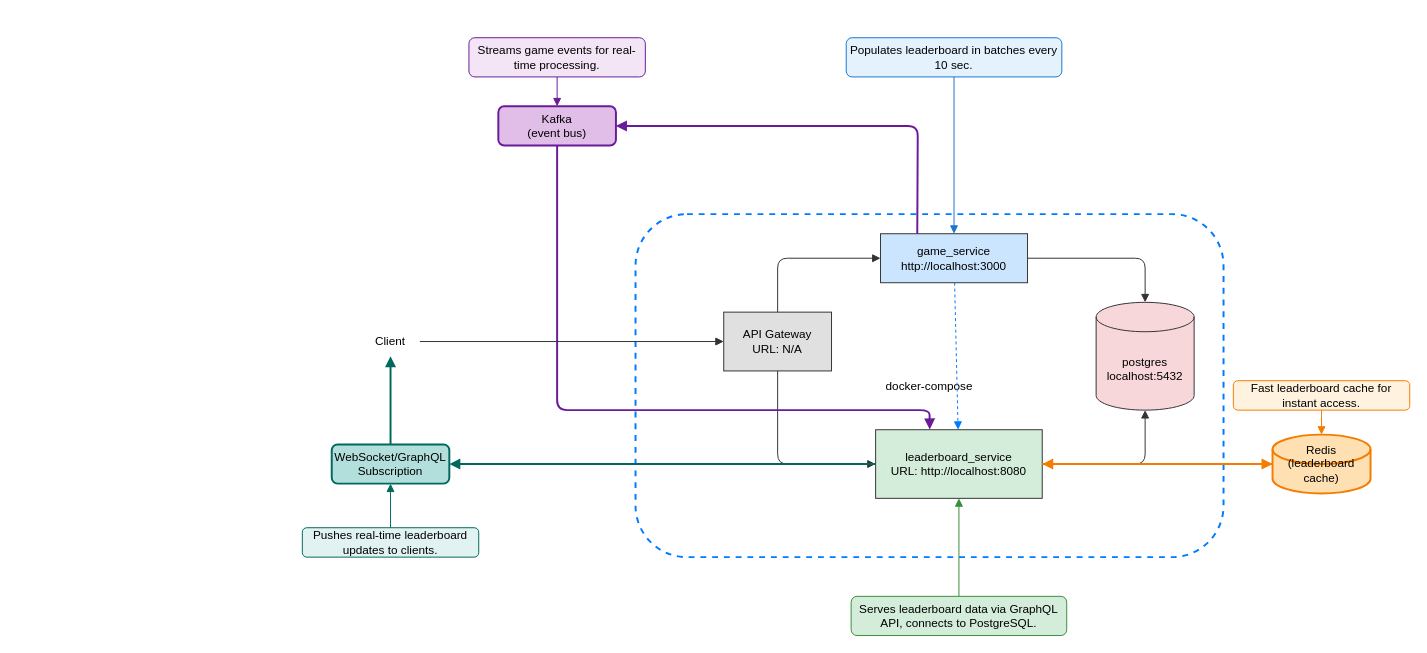
Above: pipeline_updated.drawio in bishnutimalsina1/realtime_leaderboard (draw.io), before the change. Source tidied: cells renumbered, new cells numbered last; positions are measured from the earlier drawing's top-left corner, leaving out a move shared by most shapes. Both pictures are drawn from the tidied source at 98%, with x=0, y=0 at pixel (302, 37).
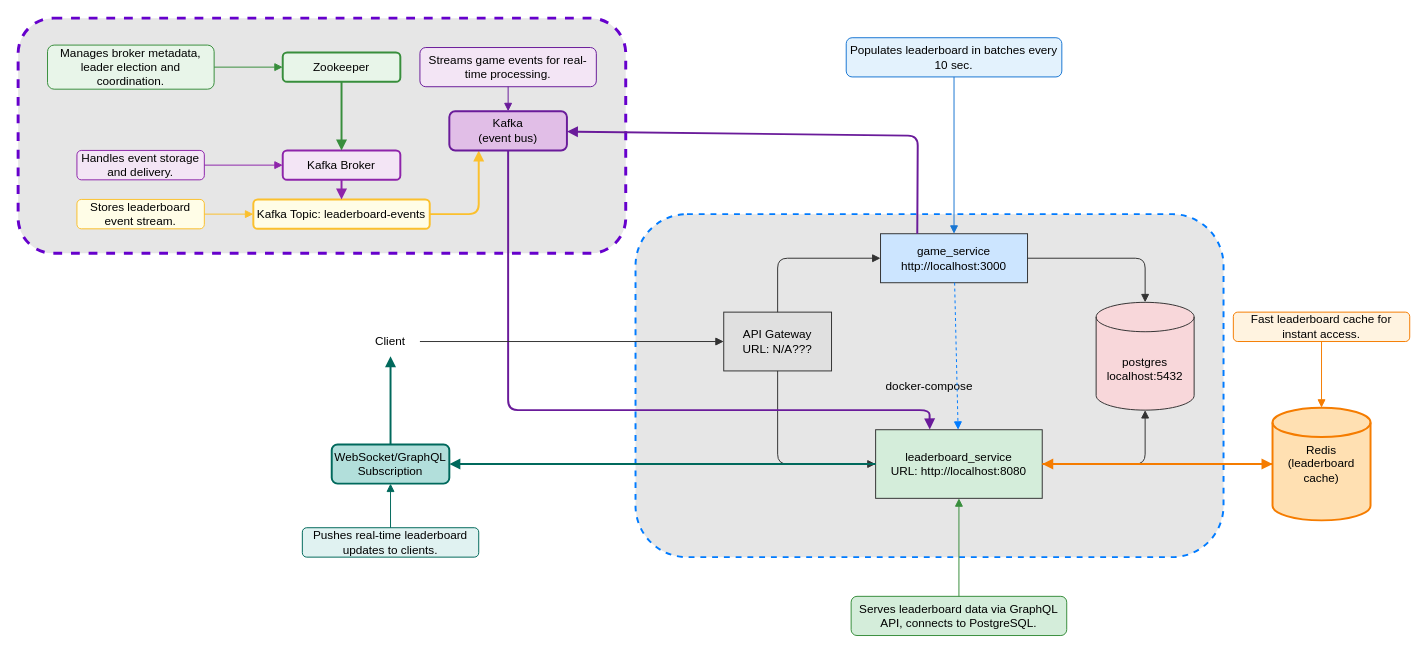
Above is the later version.

Unchanged cells that the change refers to:
```xml
<mxCell id="4" value="game_service&lt;br&gt;http://localhost:3000" style="rounded=0;whiteSpace=wrap;html=1;fillColor=#cce5ff;strokeColor=#333333;" parent="2" vertex="1">
  <mxGeometry x="250" y="20" width="150" height="50" as="geometry" />
</mxCell>
<mxCell id="5" value="leaderboard_service&lt;br&gt;URL: http://localhost:8080" style="rounded=0;whiteSpace=wrap;html=1;fillColor=#d4edda;strokeColor=#333333;" parent="2" vertex="1">
  <mxGeometry x="245" y="220" width="170" height="70" as="geometry" />
</mxCell>
```

The edit, as a diff of the source:
```diff
@@
+    <mxCell id="33" style="rounded=1;whiteSpace=wrap;html=1;fillColor=#E6E6E6;dashed=1;strokeColor=#6600CC;strokeWidth=3;" parent="1" vertex="1">
+      <mxGeometry x="-290" y="-20" width="620" height="240" as="geometry" />
+    </mxCell>
+    <mxCell id="34" value="Zookeeper" style="rounded=1;whiteSpace=wrap;html=1;fillColor=#e8f5e9;strokeColor=#388e3c;strokeWidth=2;" parent="1" vertex="1">
+      <mxGeometry x="-20" y="15" width="120" height="30" as="geometry" />
+    </mxCell>
+    <mxCell id="35" value="Kafka Broker" style="rounded=1;whiteSpace=wrap;html=1;fillColor=#f3e5f5;strokeColor=#8e24aa;strokeWidth=2;" parent="1" vertex="1">
+      <mxGeometry x="-20" y="115" width="120" height="30" as="geometry" />
+    </mxCell>
+    <mxCell id="36" value="Kafka Topic: leaderboard-events" style="rounded=1;whiteSpace=wrap;html=1;fillColor=#fffde7;strokeColor=#fbc02d;strokeWidth=2;" parent="1" vertex="1">
+      <mxGeometry x="-50" y="165" width="180" height="30" as="geometry" />
+    </mxCell>
+    <mxCell id="37" style="edgeStyle=none;html=1;endArrow=block;strokeColor=#388e3c;strokeWidth=2;exitX=0.5;exitY=1;exitDx=0;exitDy=0;entryX=0.5;entryY=0;entryDx=0;entryDy=0;" parent="1" edge="1" source="34" target="35">
+      <mxGeometry relative="1" as="geometry" />
+    </mxCell>
+    <mxCell id="38" style="edgeStyle=none;html=1;endArrow=block;strokeColor=#8e24aa;strokeWidth=2;" parent="1" edge="1" source="35" target="36">
+      <mxGeometry relative="1" as="geometry" />
+    </mxCell>
+    <mxCell id="39" style="edgeStyle=none;html=1;endArrow=block;strokeColor=#fbc02d;strokeWidth=2;exitX=1;exitY=0.5;exitDx=0;exitDy=0;entryX=0.25;entryY=1;entryDx=0;entryDy=0;" parent="1" edge="1" source="36" target="12">
+      <mxGeometry relative="1" as="geometry">
+        <Array as="points">
+          <mxPoint x="180" y="180" />
+        </Array>
+      </mxGeometry>
+    </mxCell>
+    <mxCell id="40" value="Manages broker metadata, leader election and coordination." style="rounded=1;whiteSpace=wrap;html=1;fillColor=#e8f5e9;strokeColor=#388e3c;" parent="1" vertex="1">
+      <mxGeometry x="-260" y="7.5" width="170" height="45" as="geometry" />
+    </mxCell>
+    <mxCell id="41" style="edgeStyle=none;html=1;endArrow=block;strokeColor=#388e3c;entryX=0;entryY=0.5;entryDx=0;entryDy=0;exitX=1;exitY=0.5;exitDx=0;exitDy=0;" parent="1" edge="1" source="40" target="34">
+      <mxGeometry relative="1" as="geometry" />
+    </mxCell>
+    <mxCell id="42" value="Handles event storage and delivery." style="rounded=1;whiteSpace=wrap;html=1;fillColor=#f3e5f5;strokeColor=#8e24aa;" parent="1" vertex="1">
+      <mxGeometry x="-230" y="115" width="130" height="30" as="geometry" />
+    </mxCell>
+    <mxCell id="43" style="edgeStyle=none;html=1;endArrow=block;strokeColor=#8e24aa;" parent="1" edge="1" source="42" target="35">
+      <mxGeometry relative="1" as="geometry" />
+    </mxCell>
+    <mxCell id="44" value="Stores leaderboard event stream." style="rounded=1;whiteSpace=wrap;html=1;fillColor=#fffde7;strokeColor=#fbc02d;" parent="1" vertex="1">
+      <mxGeometry x="-230" y="165" width="130" height="30" as="geometry" />
+    </mxCell>
+    <mxCell id="45" style="edgeStyle=none;html=1;endArrow=block;strokeColor=#fbc02d;" parent="1" edge="1" source="44" target="36">
+      <mxGeometry relative="1" as="geometry" />
+    </mxCell>
-    <mxCell id="2" value="docker-compose" style="rounded=1;strokeColor=#007bff;strokeWidth=2;dashed=1;fillColor=none;" parent="1" vertex="1">
+    <mxCell id="2" value="docker-compose" style="rounded=1;strokeColor=#007bff;strokeWidth=2;dashed=1;fillColor=#E6E6E6;" parent="1" vertex="1">
       <mxGeometry x="340" y="180" width="600" height="350" as="geometry" />
     </mxCell>
-    <mxCell id="3" value="API Gateway&lt;div&gt;URL: N/A&lt;/div&gt;" style="rounded=0;whiteSpace=wrap;html=1;fillColor=#e0e0e0;strokeColor=#333333;" parent="2" vertex="1">
+    <mxCell id="3" value="API Gateway&lt;div&gt;URL: N/A???&lt;/div&gt;" style="rounded=0;whiteSpace=wrap;html=1;fillColor=#e0e0e0;strokeColor=#333333;" parent="2" vertex="1">
       <mxGeometry x="90" y="100" width="110" height="60" as="geometry" />
     </mxCell>
@@
     <mxCell id="12" value="Kafka&lt;br&gt;(event bus)" style="rounded=1;whiteSpace=wrap;html=1;fillColor=#e1bee7;strokeColor=#6a1b9a;strokeWidth=2;" parent="1" vertex="1">
-      <mxGeometry x="200" y="70" width="120" height="40" as="geometry" />
+      <mxGeometry x="150" y="75" width="120" height="40" as="geometry" />
     </mxCell>
     <mxCell id="13" value="Redis&lt;br&gt;(leaderboard cache)" style="shape=cylinder3;whiteSpace=wrap;html=1;fillColor=#ffe0b2;strokeColor=#f57c00;strokeWidth=2;" parent="1" vertex="1">
-      <mxGeometry x="990" y="405" width="100" height="60" as="geometry" />
+      <mxGeometry x="990" y="377.5" width="100" height="115" as="geometry" />
     </mxCell>
@@
     <mxCell id="15" style="edgeStyle=none;html=1;endArrow=block;strokeColor=#6a1b9a;strokeWidth=2;exitX=0.25;exitY=0;exitDx=0;exitDy=0;" parent="1" edge="1" source="4" target="12">
       <mxGeometry relative="1" as="geometry">
         <Array as="points">
-          <mxPoint x="628" y="90" />
+          <mxPoint x="628" y="100" />
         </Array>
       </mxGeometry>
     </mxCell>
     <mxCell id="16" style="edgeStyle=none;html=1;endArrow=block;strokeColor=#6a1b9a;strokeWidth=2;entryX=0.325;entryY=-0.004;entryDx=0;entryDy=0;entryPerimeter=0;exitX=0.5;exitY=1;exitDx=0;exitDy=0;" parent="1" edge="1" source="12" target="5">
       <mxGeometry relative="1" as="geometry">
         <Array as="points">
-          <mxPoint x="260" y="380" />
+          <mxPoint x="210" y="380" />
           <mxPoint x="640" y="380" />
         </Array>
       </mxGeometry>
     </mxCell>
@@
     <mxCell id="21" value="Streams game events for real-time processing." style="rounded=1;whiteSpace=wrap;html=1;fillColor=#f3e5f5;strokeColor=#6a1b9a;" parent="1" vertex="1">
-      <mxGeometry x="170" width="180" height="40" as="geometry" />
+      <mxGeometry x="120" y="10" width="180" height="40" as="geometry" />
     </mxCell>
@@
     <mxCell id="23" value="Fast leaderboard cache for instant access." style="rounded=1;whiteSpace=wrap;html=1;fillColor=#fff3e0;strokeColor=#f57c00;" parent="1" vertex="1">
-      <mxGeometry x="950" y="350" width="180" height="30" as="geometry" />
+      <mxGeometry x="950" y="280" width="180" height="30" as="geometry" />
     </mxCell>
```
